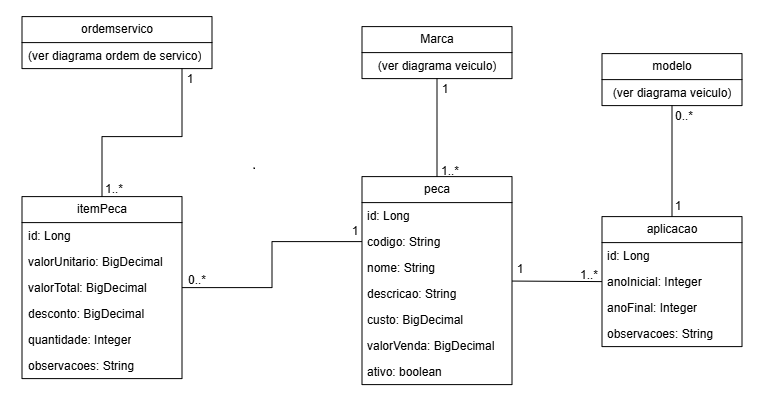
The draw.io diagram docs/diagramas/Diagrama item itempeca e aplicacao.drawio.png in henriqueValgas/oficina-mecanica-api, before a commit. Source tidied: cells renumbered, new cells last; positions are measured from the earlier drawing's top-left corner, leaving out a move shared by most shapes.
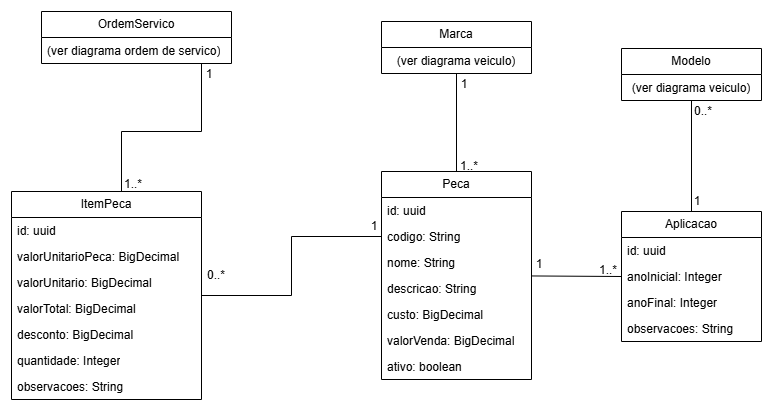
After the change.

Change to the diagram source:
```diff
@@ -5,26 +5,29 @@
     <mxCell id="2" style="edgeStyle=orthogonalEdgeStyle;rounded=0;jettySize=auto;html=1;entryX=0;entryY=0.5;entryDx=0;entryDy=0;endArrow=none;endFill=0;" parent="1" edge="1" source="3" target="16">
       <mxGeometry relative="1" as="geometry" />
     </mxCell>
-    <mxCell id="3" value="itemPeca" style="swimlane;fontStyle=0;horizontal=1;startSize=26;fillColor=none;whiteSpace=wrap;html=1;" parent="1" vertex="1">
-      <mxGeometry y="180" width="160" height="182" as="geometry" />
+    <mxCell id="3" value="ItemPeca" style="swimlane;fontStyle=0;horizontal=1;startSize=26;fillColor=none;whiteSpace=wrap;html=1;" parent="1" vertex="1">
+      <mxGeometry x="-30" y="180" width="190" height="208" as="geometry" />
     </mxCell>
-    <mxCell id="4" value="id: Long" style="text;strokeColor=none;fillColor=none;align=left;verticalAlign=top;spacingLeft=4;spacingRight=4;overflow=hidden;whiteSpace=wrap;html=1;" parent="3" vertex="1">
-      <mxGeometry y="26" width="160" height="26" as="geometry" />
+    <mxCell id="4" value="id: uuid" style="text;strokeColor=none;fillColor=none;align=left;verticalAlign=top;spacingLeft=4;spacingRight=4;overflow=hidden;whiteSpace=wrap;html=1;" parent="3" vertex="1">
+      <mxGeometry y="26" width="190" height="26" as="geometry" />
     </mxCell>
+    <mxCell id="43" value="valorUnitarioPeca: BigDecimal&lt;div&gt;&lt;br&gt;&lt;/div&gt;" style="text;strokeColor=none;fillColor=none;align=left;verticalAlign=top;spacingLeft=4;spacingRight=4;overflow=hidden;whiteSpace=wrap;html=1;" parent="3" vertex="1">
+      <mxGeometry y="52" width="190" height="26" as="geometry" />
+    </mxCell>
     <mxCell id="5" value="valorUnitario: BigDecimal&lt;div&gt;&lt;br&gt;&lt;/div&gt;" style="text;strokeColor=none;fillColor=none;align=left;verticalAlign=top;spacingLeft=4;spacingRight=4;overflow=hidden;whiteSpace=wrap;html=1;" parent="3" vertex="1">
-      <mxGeometry y="52" width="160" height="26" as="geometry" />
+      <mxGeometry y="78" width="190" height="26" as="geometry" />
     </mxCell>
     <mxCell id="6" value="valorTotal: BigDecimal&lt;div&gt;&lt;br&gt;&lt;/div&gt;" style="text;strokeColor=none;fillColor=none;align=left;verticalAlign=top;spacingLeft=4;spacingRight=4;overflow=hidden;whiteSpace=wrap;html=1;" parent="3" vertex="1">
-      <mxGeometry y="78" width="160" height="26" as="geometry" />
+      <mxGeometry y="104" width="190" height="26" as="geometry" />
     </mxCell>
     <mxCell id="7" value="&lt;div&gt;desconto: BigDecimal&lt;/div&gt;" style="text;strokeColor=none;fillColor=none;align=left;verticalAlign=top;spacingLeft=4;spacingRight=4;overflow=hidden;whiteSpace=wrap;html=1;" parent="3" vertex="1">
-      <mxGeometry y="104" width="160" height="26" as="geometry" />
+      <mxGeometry y="130" width="190" height="26" as="geometry" />
     </mxCell>
     <mxCell id="8" value="&lt;div&gt;quantidade: Integer&lt;/div&gt;" style="text;strokeColor=none;fillColor=none;align=left;verticalAlign=top;spacingLeft=4;spacingRight=4;overflow=hidden;whiteSpace=wrap;html=1;" parent="3" vertex="1">
-      <mxGeometry y="130" width="160" height="26" as="geometry" />
+      <mxGeometry y="156" width="190" height="26" as="geometry" />
     </mxCell>
     <mxCell id="9" value="&lt;div&gt;observacoes: String&lt;/div&gt;" style="text;strokeColor=none;fillColor=none;align=left;verticalAlign=top;spacingLeft=4;spacingRight=4;overflow=hidden;whiteSpace=wrap;html=1;" parent="3" vertex="1">
-      <mxGeometry y="156" width="160" height="26" as="geometry" />
+      <mxGeometry y="182" width="190" height="26" as="geometry" />
     </mxCell>
     <mxCell id="10" style="edgeStyle=orthogonalEdgeStyle;rounded=0;jettySize=auto;html=1;entryX=0.5;entryY=0;entryDx=0;entryDy=0;endArrow=none;endFill=0;" parent="1" edge="1" source="11" target="3">
       <mxGeometry relative="1" as="geometry">
@@ -34,7 +37,7 @@
         </Array>
       </mxGeometry>
     </mxCell>
-    <mxCell id="11" value="ordemservico" style="swimlane;fontStyle=0;horizontal=1;startSize=26;fillColor=none;whiteSpace=wrap;html=1;" parent="1" vertex="1">
+    <mxCell id="11" value="OrdemServico" style="swimlane;fontStyle=0;horizontal=1;startSize=26;fillColor=none;whiteSpace=wrap;html=1;" parent="1" vertex="1">
       <mxGeometry width="190" height="52" as="geometry" />
     </mxCell>
     <mxCell id="12" value="(ver diagrama ordem de servico&lt;span style=&quot;background-color: transparent; color: light-dark(rgb(0, 0, 0), rgb(255, 255, 255));&quot;&gt;)&lt;/span&gt;" style="text;strokeColor=none;fillColor=none;align=left;verticalAlign=top;spacingLeft=4;spacingRight=4;overflow=hidden;whiteSpace=wrap;html=1;" parent="11" vertex="1">
@@ -43,10 +46,10 @@
     <mxCell id="13" style="rounded=0;jettySize=auto;html=1;entryX=0;entryY=0.5;entryDx=0;entryDy=0;endArrow=none;endFill=0;" parent="1" edge="1" source="14" target="29">
       <mxGeometry relative="1" as="geometry" />
     </mxCell>
-    <mxCell id="14" value="peca" style="swimlane;fontStyle=0;horizontal=1;startSize=26;fillColor=none;whiteSpace=wrap;html=1;" parent="1" vertex="1">
+    <mxCell id="14" value="Peca" style="swimlane;fontStyle=0;horizontal=1;startSize=26;fillColor=none;whiteSpace=wrap;html=1;" parent="1" vertex="1">
       <mxGeometry x="340" y="160" width="150" height="208" as="geometry" />
     </mxCell>
-    <mxCell id="15" value="id: Long" style="text;strokeColor=none;fillColor=none;align=left;verticalAlign=top;spacingLeft=4;spacingRight=4;overflow=hidden;whiteSpace=wrap;html=1;" parent="14" vertex="1">
+    <mxCell id="15" value="id: uuid" style="text;strokeColor=none;fillColor=none;align=left;verticalAlign=top;spacingLeft=4;spacingRight=4;overflow=hidden;whiteSpace=wrap;html=1;" parent="14" vertex="1">
       <mxGeometry y="26" width="150" height="26" as="geometry" />
     </mxCell>
     <mxCell id="16" value="codigo: String" style="text;strokeColor=none;fillColor=none;align=left;verticalAlign=top;spacingLeft=4;spacingRight=4;overflow=hidden;points=[[0,0.5],[1,0.5]];portConstraint=eastwest;whiteSpace=wrap;html=1;" parent="14" vertex="1">
@@ -88,10 +91,10 @@
     <mxCell id="28" value="(ver diagrama veiculo)" style="text;strokeColor=none;fillColor=none;align=center;verticalAlign=top;spacingLeft=4;spacingRight=4;overflow=hidden;whiteSpace=wrap;html=1;" parent="27" vertex="1">
       <mxGeometry y="26" width="150" height="26" as="geometry" />
     </mxCell>
-    <mxCell id="29" value="aplicacao" style="swimlane;fontStyle=0;horizontal=1;startSize=26;fillColor=none;whiteSpace=wrap;html=1;" parent="1" vertex="1">
+    <mxCell id="29" value="Aplicacao" style="swimlane;fontStyle=0;horizontal=1;startSize=26;fillColor=none;whiteSpace=wrap;html=1;" parent="1" vertex="1">
       <mxGeometry x="580" y="200" width="140" height="130" as="geometry" />
     </mxCell>
-    <mxCell id="30" value="id: Long" style="text;strokeColor=none;fillColor=none;align=left;verticalAlign=top;spacingLeft=4;spacingRight=4;overflow=hidden;whiteSpace=wrap;html=1;" parent="29" vertex="1">
+    <mxCell id="30" value="id: uuid" style="text;strokeColor=none;fillColor=none;align=left;verticalAlign=top;spacingLeft=4;spacingRight=4;overflow=hidden;whiteSpace=wrap;html=1;" parent="29" vertex="1">
       <mxGeometry y="26" width="140" height="26" as="geometry" />
     </mxCell>
     <mxCell id="31" value="anoInicial: Integer" style="text;strokeColor=none;fillColor=none;align=left;verticalAlign=top;spacingLeft=4;spacingRight=4;overflow=hidden;whiteSpace=wrap;html=1;" parent="29" vertex="1">
@@ -118,7 +121,7 @@
     <mxCell id="38" style="edgeStyle=none;rounded=0;jettySize=auto;html=1;entryX=0.5;entryY=0;entryDx=0;entryDy=0;endArrow=none;endFill=0;" parent="1" edge="1" source="39" target="29">
       <mxGeometry relative="1" as="geometry" />
     </mxCell>
-    <mxCell id="39" value="modelo" style="swimlane;fontStyle=0;horizontal=1;startSize=26;fillColor=none;whiteSpace=wrap;html=1;" parent="1" vertex="1">
+    <mxCell id="39" value="Modelo" style="swimlane;fontStyle=0;horizontal=1;startSize=26;fillColor=none;whiteSpace=wrap;html=1;" parent="1" vertex="1">
       <mxGeometry x="580" y="37" width="140" height="52" as="geometry" />
     </mxCell>
     <mxCell id="40" value="(ver diagrama veiculo)" style="text;strokeColor=none;fillColor=none;align=center;verticalAlign=top;spacingLeft=4;spacingRight=4;overflow=hidden;whiteSpace=wrap;html=1;" parent="39" vertex="1">
```
